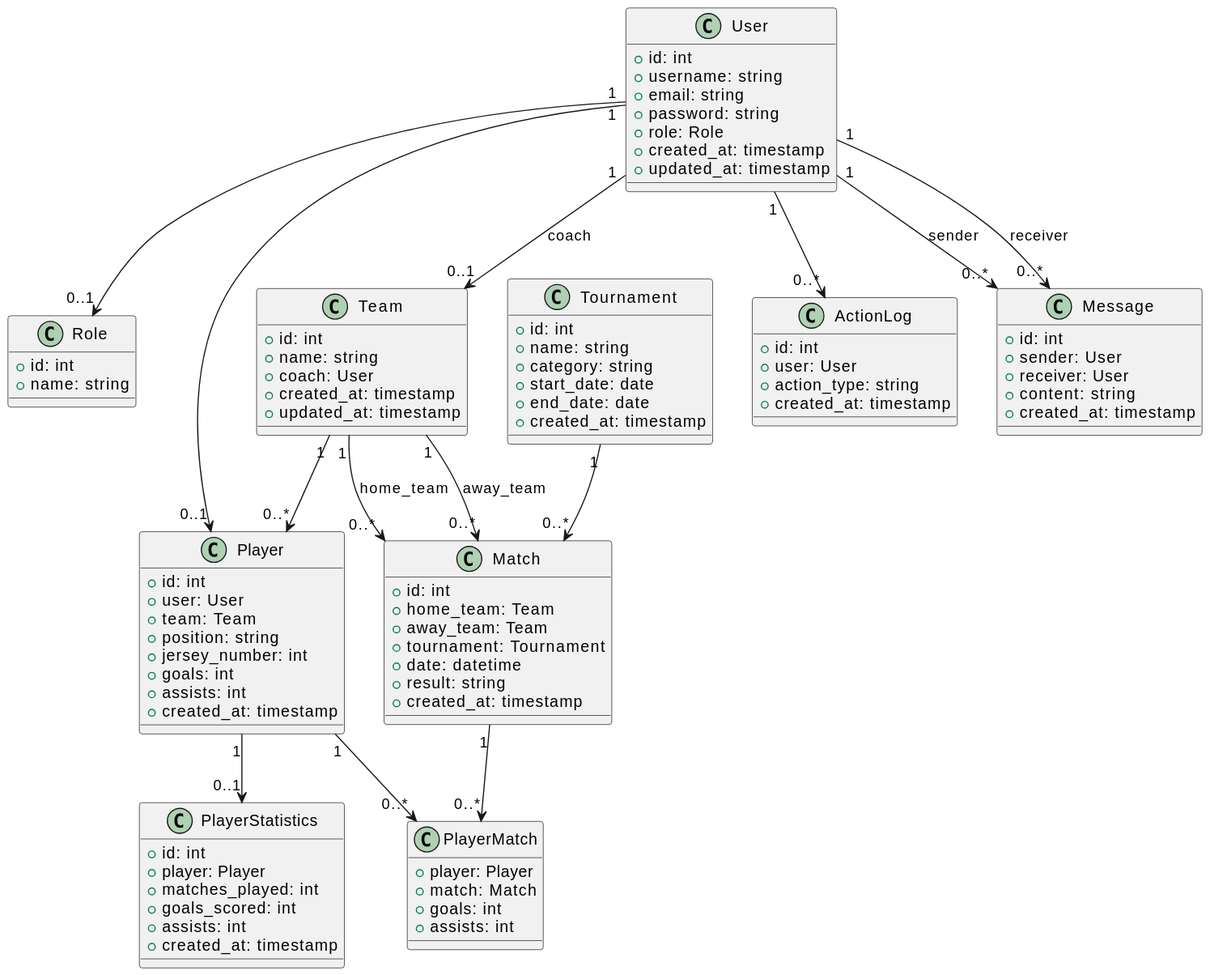
vanya-avdoshko/MDISUBD_Avdoshko keeps this PlantUML diagram as plantuml.svg. Above is the earlier version.
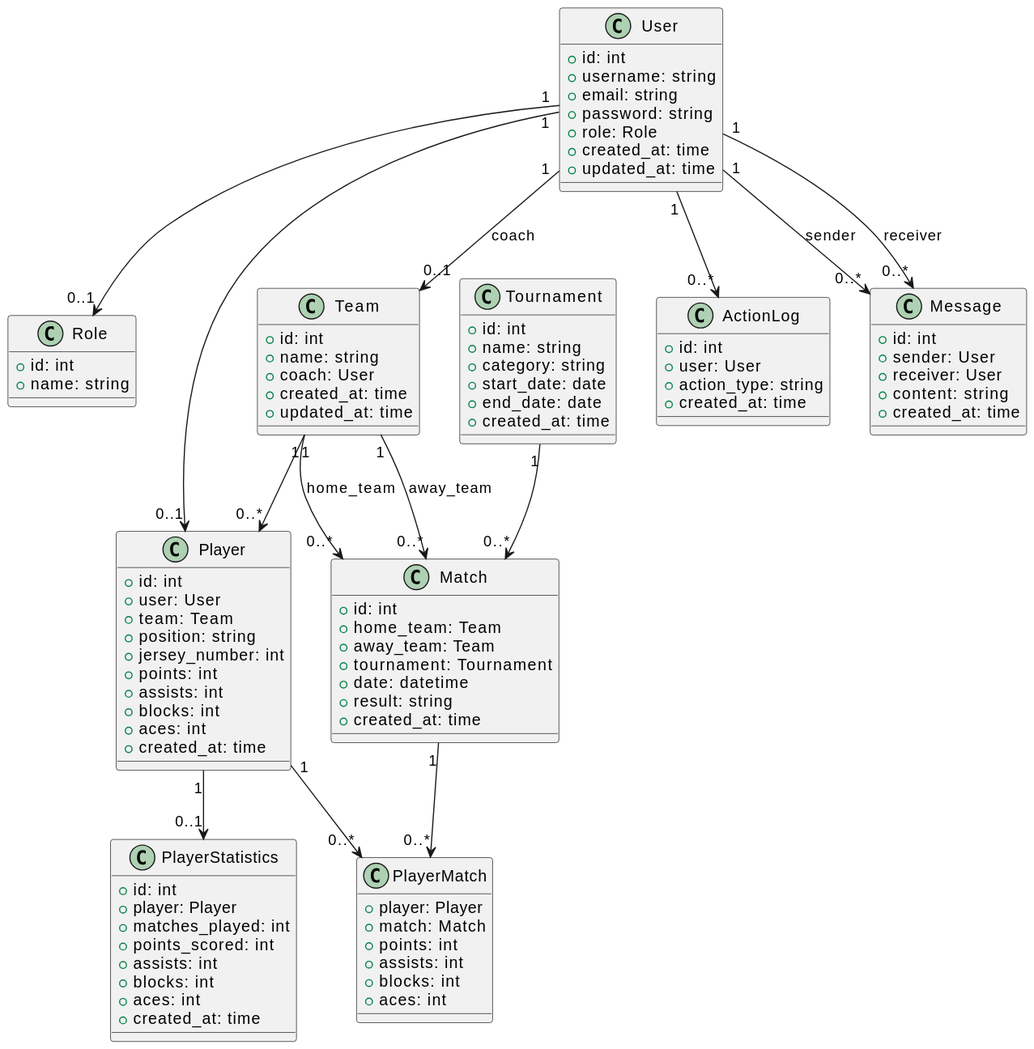
After the commit.

What changed in the source:
```diff
@@ -5,8 +5,8 @@
   +email: string
   +password: string
   +role: Role
-  +created_at: timestamp
-  +updated_at: timestamp
+  +created_at: time
+  +updated_at: time
 }
 
 class Role {
@@ -18,8 +18,8 @@
   +id: int
   +name: string
   +coach: User
-  +created_at: timestamp
-  +updated_at: timestamp
+  +created_at: time
+  +updated_at: time
 }
 
 class Player {
@@ -28,9 +28,11 @@
   +team: Team
   +position: string
   +jersey_number: int
-  +goals: int
+  +points: int
   +assists: int
-  +created_at: timestamp
+  +blocks: int
+  +aces: int
+  +created_at: time
 }
 
 class Tournament {
@@ -39,7 +41,7 @@
   +category: string
   +start_date: date
   +end_date: date
-  +created_at: timestamp
+  +created_at: time
 }
 
 class Match {
@@ -49,30 +51,34 @@
   +tournament: Tournament
   +date: datetime
   +result: string
-  +created_at: timestamp
+  +created_at: time
 }
 
 class PlayerMatch {
   +player: Player
   +match: Match
-  +goals: int
+  +points: int
   +assists: int
+  +blocks: int
+  +aces: int
 }
 
 class PlayerStatistics {
   +id: int
   +player: Player
   +matches_played: int
-  +goals_scored: int
+  +points_scored: int
   +assists: int
-  +created_at: timestamp
+  +blocks: int
+  +aces: int
+  +created_at: time
 }
 
 class ActionLog {
   +id: int
   +user: User
   +action_type: string
-  +created_at: timestamp
+  +created_at: time
 }
 
 class Message {
@@ -80,7 +86,7 @@
   +sender: User
   +receiver: User
   +content: string
-  +created_at: timestamp
+  +created_at: time
 }
 
 User "1" --> "0..1" Role
```
